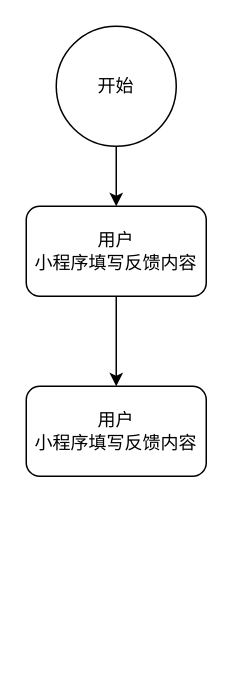
This is 反馈流程图.drawio from FrankKirin/PM_works, a draw.io file, before an edit. Source tidied: cells renumbered, new cells numbered last; positions are measured from the earlier drawing's top-left corner, leaving out a move shared by most shapes. Both pictures are drawn from the tidied source at 150%, with x=0, y=0 at pixel (26, 26).
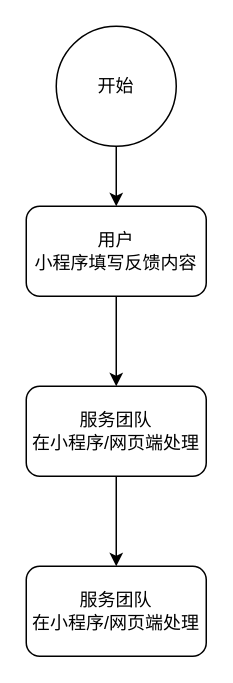
The same diagram, later.

Commit message (it also covers changes not shown here):
Update 反馈流程图.drawio

What changed in the source:
```diff
@@
 <mxGraphModel>
   <root>
     <mxCell id="0" />
     <mxCell id="1" parent="0" />
     <mxCell id="2" style="edgeStyle=orthogonalEdgeStyle;rounded=0;jettySize=auto;html=1;exitX=0.5;exitY=1;exitDx=0;exitDy=0;entryX=0.5;entryY=0;entryDx=0;entryDy=0;" parent="1" edge="1" source="3" target="5">
       <mxGeometry relative="1" as="geometry" />
     </mxCell>
     <mxCell id="3" value="开始" style="ellipse;whiteSpace=wrap;html=1;" parent="1" vertex="1">
       <mxGeometry x="20" width="80" height="80" as="geometry" />
     </mxCell>
     <mxCell id="4" style="edgeStyle=orthogonalEdgeStyle;rounded=0;jettySize=auto;html=1;exitX=0.5;exitY=1;exitDx=0;exitDy=0;entryX=0.5;entryY=0;entryDx=0;entryDy=0;" parent="1" edge="1" source="5" target="6">
       <mxGeometry relative="1" as="geometry" />
     </mxCell>
     <mxCell id="5" value="用户&lt;br&gt;小程序填写反馈内容" style="rounded=1;whiteSpace=wrap;html=1;" parent="1" vertex="1">
       <mxGeometry y="120" width="120" height="60" as="geometry" />
     </mxCell>
+    <mxCell id="7" style="edgeStyle=orthogonalEdgeStyle;rounded=0;jettySize=auto;html=1;exitX=0.5;exitY=1;exitDx=0;exitDy=0;entryX=0.5;entryY=0;entryDx=0;entryDy=0;" parent="1" edge="1" source="6" target="8">
+      <mxGeometry relative="1" as="geometry" />
+    </mxCell>
-    <mxCell id="6" value="用户&lt;br&gt;小程序填写反馈内容" style="rounded=1;whiteSpace=wrap;html=1;" parent="1" vertex="1">
+    <mxCell id="6" value="服务团队&lt;br&gt;在小程序/网页端处理" style="rounded=1;whiteSpace=wrap;html=1;" parent="1" vertex="1">
       <mxGeometry y="240" width="120" height="60" as="geometry" />
     </mxCell>
+    <mxCell id="8" value="服务团队&lt;br&gt;在小程序/网页端处理" style="rounded=1;whiteSpace=wrap;html=1;" parent="1" vertex="1">
+      <mxGeometry y="360" width="120" height="60" as="geometry" />
+    </mxCell>
   </root>
 </mxGraphModel>
```
